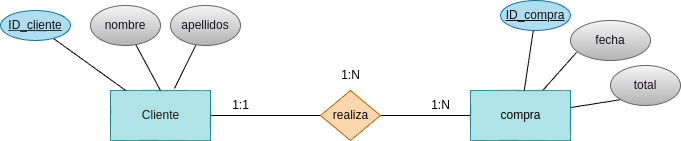
Earlier version of the draw.io export tareas/tarea-3/images/ejercicio9.drawio.png (betancorge/base-datos-2). Source tidied: cells renumbered, new cells last; positions are measured from the earlier drawing's top-left corner, leaving out a move shared by most shapes.
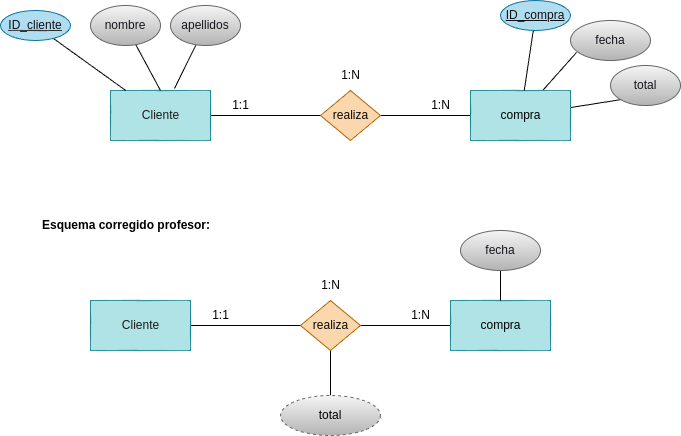
Later version of the same file.

Diff of the diagram source:
```diff
@@ -62,5 +62,44 @@
     <mxCell id="21" value="&lt;font color=&quot;#18141d&quot;&gt;nombre&lt;/font&gt;" style="ellipse;whiteSpace=wrap;html=1;align=center;fillColor=#f5f5f5;gradientColor=#b3b3b3;strokeColor=#666666;" parent="1" vertex="1">
       <mxGeometry x="90" y="5" width="70" height="40" as="geometry" />
     </mxCell>
+    <mxCell id="22" value="&lt;h1 style=&quot;margin-top: 0px;&quot;&gt;&lt;font style=&quot;font-size: 12px;&quot;&gt;Esquema corregido profesor:&lt;/font&gt;&lt;/h1&gt;" style="text;html=1;whiteSpace=wrap;overflow=hidden;rounded=0;" parent="1" vertex="1">
+      <mxGeometry x="40" y="200" width="190" height="50" as="geometry" />
+    </mxCell>
+    <mxCell id="23" style="edgeStyle=none;html=1;entryX=0;entryY=0.5;entryDx=0;entryDy=0;endArrow=none;endFill=0;" parent="1" edge="1" source="24" target="27">
+      <mxGeometry relative="1" as="geometry" />
+    </mxCell>
+    <mxCell id="24" value="&lt;font color=&quot;#1d1b1b&quot;&gt;Cliente&lt;/font&gt;" style="html=1;dashed=0;whitespace=wrap;fillColor=#b0e3e6;strokeColor=#0e8088;" parent="1" vertex="1">
+      <mxGeometry x="90" y="300" width="100" height="50" as="geometry" />
+    </mxCell>
+    <mxCell id="25" style="edgeStyle=none;html=1;exitX=1;exitY=0.5;exitDx=0;exitDy=0;entryX=0;entryY=0.5;entryDx=0;entryDy=0;endArrow=none;endFill=0;" parent="1" edge="1" source="27" target="28">
+      <mxGeometry relative="1" as="geometry" />
+    </mxCell>
+    <mxCell id="26" style="edgeStyle=none;html=1;entryX=0.5;entryY=0;entryDx=0;entryDy=0;endArrow=none;endFill=0;" parent="1" edge="1" source="27" target="34">
+      <mxGeometry relative="1" as="geometry" />
+    </mxCell>
+    <mxCell id="27" value="&lt;font color=&quot;#0a0a0a&quot;&gt;realiza&lt;/font&gt;" style="shape=rhombus;html=1;dashed=0;whitespace=wrap;perimeter=rhombusPerimeter;fillColor=#fad7ac;strokeColor=#b46504;" parent="1" vertex="1">
+      <mxGeometry x="300" y="300" width="60" height="50" as="geometry" />
+    </mxCell>
+    <mxCell id="28" value="&lt;font color=&quot;#000000&quot;&gt;compra&lt;/font&gt;" style="html=1;dashed=0;whitespace=wrap;fillColor=#b0e3e6;strokeColor=#0e8088;" parent="1" vertex="1">
+      <mxGeometry x="450" y="300" width="100" height="50" as="geometry" />
+    </mxCell>
+    <mxCell id="29" value="1:N" style="text;html=1;align=center;verticalAlign=middle;strokeColor=none;fillColor=none;" parent="1" vertex="1">
+      <mxGeometry x="400" y="300" width="40" height="30" as="geometry" />
+    </mxCell>
+    <mxCell id="30" value="1:1" style="text;html=1;align=center;verticalAlign=middle;strokeColor=none;fillColor=none;" parent="1" vertex="1">
+      <mxGeometry x="200" y="300" width="40" height="30" as="geometry" />
+    </mxCell>
+    <mxCell id="31" value="1:N" style="text;html=1;align=center;verticalAlign=middle;strokeColor=none;fillColor=none;" parent="1" vertex="1">
+      <mxGeometry x="310" y="270" width="40" height="30" as="geometry" />
+    </mxCell>
+    <mxCell id="32" style="edgeStyle=none;html=1;entryX=0.5;entryY=1;entryDx=0;entryDy=0;endArrow=none;endFill=0;exitX=0.5;exitY=0;exitDx=0;exitDy=0;" parent="1" edge="1" source="28" target="33">
+      <mxGeometry relative="1" as="geometry" />
+    </mxCell>
+    <mxCell id="33" value="&lt;font color=&quot;#18141d&quot;&gt;fecha&lt;/font&gt;" style="ellipse;whiteSpace=wrap;html=1;align=center;fillColor=#f5f5f5;gradientColor=#b3b3b3;strokeColor=#666666;" parent="1" vertex="1">
+      <mxGeometry x="460" y="230" width="80" height="40" as="geometry" />
+    </mxCell>
+    <mxCell id="34" value="total" style="ellipse;whiteSpace=wrap;html=1;align=center;dashed=1;fillColor=#f5f5f5;gradientColor=#b3b3b3;strokeColor=#666666;" parent="1" vertex="1">
+      <mxGeometry x="280" y="395" width="100" height="40" as="geometry" />
+    </mxCell>
   </root>
 </mxGraphModel>
```
